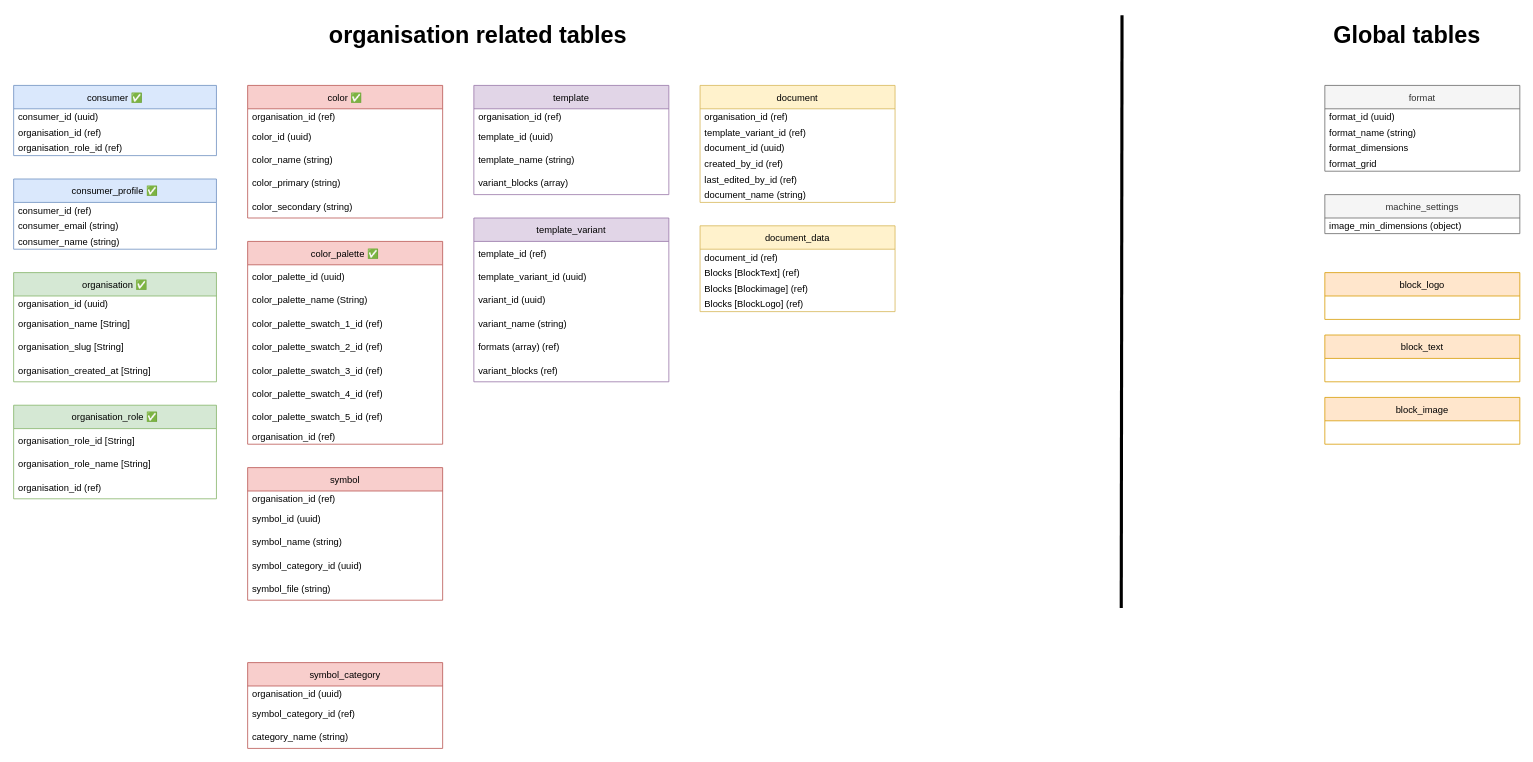
This is page "Page-2" (2 of 2) of root/DesignmaskinCurrent2.drawio from dreamyguy/drawio, a draw.io file, before an edit. Source tidied: cells renumbered, new cells numbered last; positions are measured from the earlier drawing's top-left corner, leaving out a move shared by most shapes. Both pictures are drawn from the tidied source at 78%, with x=0, y=0 at pixel (13, 15).
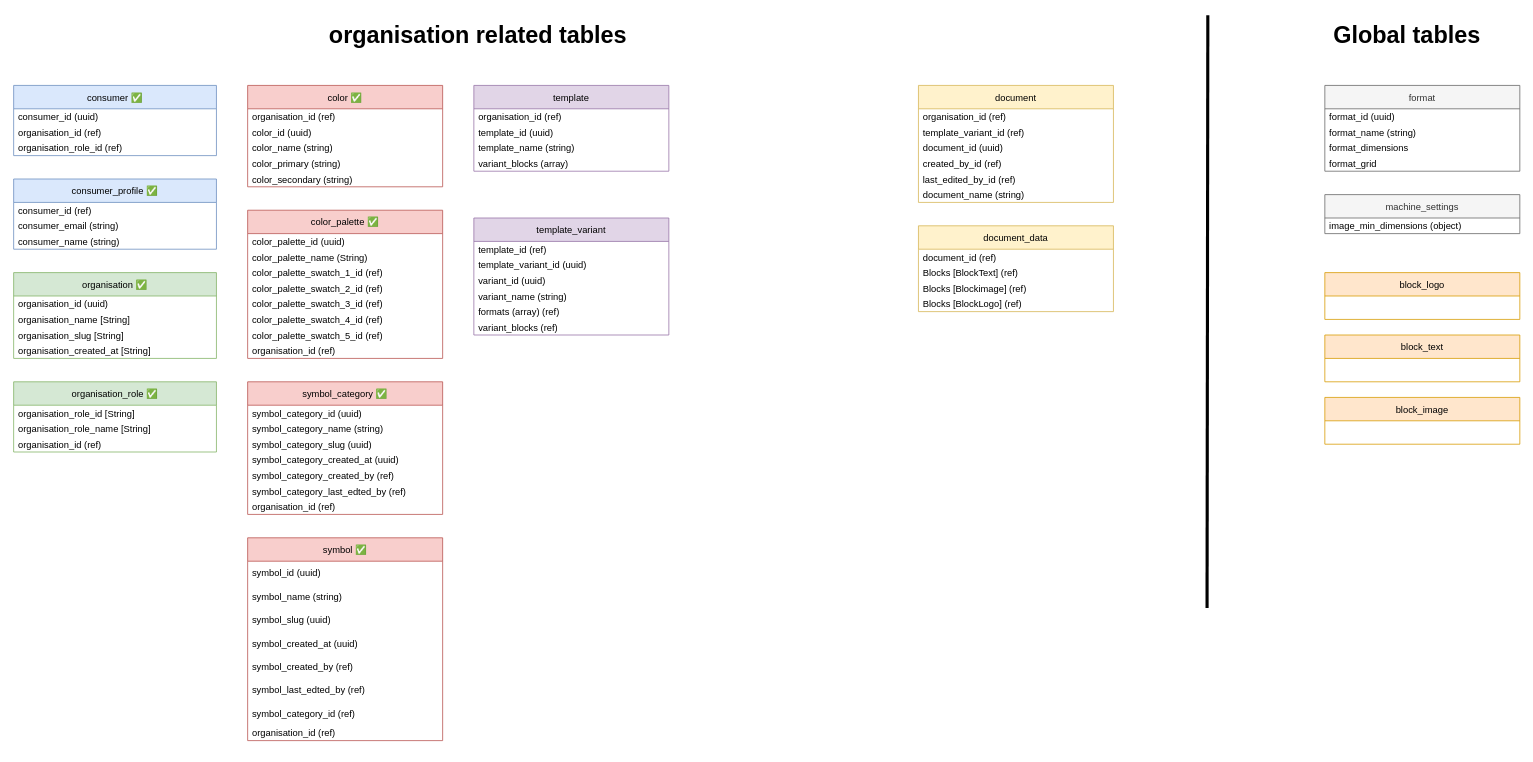
The same page after the edit.

The edit, as a diff of the source:
```diff
@@
     <mxCell id="6" value="document_data" style="swimlane;fontStyle=0;horizontal=1;startSize=30;fillColor=#fff2cc;strokeColor=#d6b656;" parent="1" vertex="1">
-      <mxGeometry x="880" y="270" width="250" height="110" as="geometry" />
+      <mxGeometry x="1160" y="270" width="250" height="110" as="geometry" />
     </mxCell>
@@
     <mxCell id="11" value="document" style="swimlane;fontStyle=0;horizontal=1;startSize=30;fillColor=#fff2cc;strokeColor=#d6b656;" parent="1" vertex="1">
-      <mxGeometry x="880" y="90" width="250" height="150" as="geometry" />
+      <mxGeometry x="1160" y="90" width="250" height="150" as="geometry" />
     </mxCell>
@@
     <mxCell id="18" value="organisation ✅" style="swimlane;fontStyle=0;horizontal=1;startSize=30;fillColor=#d5e8d4;strokeColor=#82b366;" parent="1" vertex="1">
-      <mxGeometry y="330" width="260" height="140" as="geometry" />
+      <mxGeometry y="330" width="260" height="110" as="geometry" />
     </mxCell>
@@
     <mxCell id="20" value="organisation_name [String]" style="text;strokeColor=none;fillColor=none;align=left;verticalAlign=middle;spacingLeft=4;spacingRight=4;overflow=hidden;spacing=2;" parent="18" vertex="1">
-      <mxGeometry y="50" width="260" height="30" as="geometry" />
+      <mxGeometry y="50" width="260" height="20" as="geometry" />
     </mxCell>
     <mxCell id="21" value="organisation_slug [String]" style="text;strokeColor=none;fillColor=none;align=left;verticalAlign=middle;spacingLeft=4;spacingRight=4;overflow=hidden;spacing=2;" parent="18" vertex="1">
-      <mxGeometry y="80" width="260" height="30" as="geometry" />
+      <mxGeometry y="70" width="260" height="20" as="geometry" />
     </mxCell>
     <mxCell id="22" value="organisation_created_at [String]" style="text;strokeColor=none;fillColor=none;align=left;verticalAlign=middle;spacingLeft=4;spacingRight=4;overflow=hidden;spacing=2;" parent="18" vertex="1">
-      <mxGeometry y="110" width="260" height="30" as="geometry" />
+      <mxGeometry y="90" width="260" height="20" as="geometry" />
     </mxCell>
     <mxCell id="23" value="color ✅" style="swimlane;fontStyle=0;horizontal=1;startSize=30;fillColor=#f8cecc;strokeColor=#b85450;" parent="1" vertex="1">
-      <mxGeometry x="300" y="90" width="250" height="170" as="geometry" />
+      <mxGeometry x="300" y="90" width="250" height="130" as="geometry" />
     </mxCell>
@@
     <mxCell id="25" value="color_id (uuid)" style="text;strokeColor=none;fillColor=none;align=left;verticalAlign=middle;spacingLeft=4;spacingRight=4;overflow=hidden;spacing=2;" parent="23" vertex="1">
-      <mxGeometry y="50" width="250" height="30" as="geometry" />
+      <mxGeometry y="50" width="250" height="20" as="geometry" />
     </mxCell>
     <mxCell id="26" value="color_name (string)" style="text;strokeColor=none;fillColor=none;align=left;verticalAlign=middle;spacingLeft=4;spacingRight=4;overflow=hidden;spacing=2;" parent="23" vertex="1">
-      <mxGeometry y="80" width="250" height="30" as="geometry" />
+      <mxGeometry y="70" width="250" height="20" as="geometry" />
     </mxCell>
     <mxCell id="27" value="color_primary (string)" style="text;strokeColor=none;fillColor=none;align=left;verticalAlign=middle;spacingLeft=4;spacingRight=4;overflow=hidden;spacing=2;" parent="23" vertex="1">
-      <mxGeometry y="110" width="250" height="30" as="geometry" />
+      <mxGeometry y="90" width="250" height="20" as="geometry" />
     </mxCell>
     <mxCell id="28" value="color_secondary (string)" style="text;strokeColor=none;fillColor=none;align=left;verticalAlign=middle;spacingLeft=4;spacingRight=4;overflow=hidden;spacing=2;" parent="23" vertex="1">
-      <mxGeometry y="140" width="250" height="30" as="geometry" />
+      <mxGeometry y="110" width="250" height="20" as="geometry" />
     </mxCell>
-    <mxCell id="29" value="symbol" style="swimlane;fontStyle=0;horizontal=1;startSize=30;fillColor=#f8cecc;strokeColor=#b85450;" parent="1" vertex="1">
-      <mxGeometry x="300" y="580" width="250" height="170" as="geometry" />
+    <mxCell id="29" value="symbol_category ✅" style="swimlane;fontStyle=0;horizontal=1;startSize=30;fillColor=#f8cecc;strokeColor=#b85450;" parent="1" vertex="1">
+      <mxGeometry x="300" y="470" width="250" height="170" as="geometry" />
     </mxCell>
-    <mxCell id="30" value="organisation_id (ref)" style="text;strokeColor=none;fillColor=none;align=left;verticalAlign=middle;spacingLeft=4;spacingRight=4;overflow=hidden;spacing=2;" parent="29" vertex="1">
-      <mxGeometry y="30" width="250" height="20" as="geometry" />
-    </mxCell>
-    <mxCell id="31" value="symbol_id (uuid)" style="text;strokeColor=none;fillColor=none;align=left;verticalAlign=middle;spacingLeft=4;spacingRight=4;overflow=hidden;spacing=2;" parent="29" vertex="1">
-      <mxGeometry y="50" width="250" height="30" as="geometry" />
+    <mxCell id="31" value="symbol_category_id (uuid)" style="text;strokeColor=none;fillColor=none;align=left;verticalAlign=middle;spacingLeft=4;spacingRight=4;overflow=hidden;spacing=2;" parent="29" vertex="1">
+      <mxGeometry y="30" width="250" height="20" as="geometry" />
     </mxCell>
-    <mxCell id="32" value="symbol_name (string)" style="text;strokeColor=none;fillColor=none;align=left;verticalAlign=middle;spacingLeft=4;spacingRight=4;overflow=hidden;spacing=2;" parent="29" vertex="1">
-      <mxGeometry y="80" width="250" height="30" as="geometry" />
+    <mxCell id="32" value="symbol_category_name (string)" style="text;strokeColor=none;fillColor=none;align=left;verticalAlign=middle;spacingLeft=4;spacingRight=4;overflow=hidden;spacing=2;" parent="29" vertex="1">
+      <mxGeometry y="50" width="250" height="20" as="geometry" />
     </mxCell>
-    <mxCell id="33" value="symbol_category_id (uuid)" style="text;strokeColor=none;fillColor=none;align=left;verticalAlign=middle;spacingLeft=4;spacingRight=4;overflow=hidden;spacing=2;" parent="29" vertex="1">
-      <mxGeometry y="110" width="250" height="30" as="geometry" />
+    <mxCell id="33" value="symbol_category_slug (uuid)" style="text;strokeColor=none;fillColor=none;align=left;verticalAlign=middle;spacingLeft=4;spacingRight=4;overflow=hidden;spacing=2;" parent="29" vertex="1">
+      <mxGeometry y="70" width="250" height="20" as="geometry" />
     </mxCell>
-    <mxCell id="34" value="symbol_file (string)" style="text;strokeColor=none;fillColor=none;align=left;verticalAlign=middle;spacingLeft=4;spacingRight=4;overflow=hidden;spacing=2;" parent="29" vertex="1">
-      <mxGeometry y="140" width="250" height="30" as="geometry" />
-    </mxCell>
-    <mxCell id="35" value="symbol_category" style="swimlane;fontStyle=0;horizontal=1;startSize=30;fillColor=#f8cecc;strokeColor=#b85450;" parent="1" vertex="1">
-      <mxGeometry x="300" y="830" width="250" height="110" as="geometry" />
-    </mxCell>
-    <mxCell id="36" value="organisation_id (uuid)" style="text;strokeColor=none;fillColor=none;align=left;verticalAlign=middle;spacingLeft=4;spacingRight=4;overflow=hidden;spacing=2;" parent="35" vertex="1">
-      <mxGeometry y="30" width="250" height="20" as="geometry" />
-    </mxCell>
-    <mxCell id="37" value="symbol_category_id (ref)" style="text;strokeColor=none;fillColor=none;align=left;verticalAlign=middle;spacingLeft=4;spacingRight=4;overflow=hidden;spacing=2;" parent="35" vertex="1">
-      <mxGeometry y="50" width="250" height="30" as="geometry" />
-    </mxCell>
-    <mxCell id="38" value="category_name (string)" style="text;strokeColor=none;fillColor=none;align=left;verticalAlign=middle;spacingLeft=4;spacingRight=4;overflow=hidden;spacing=2;" parent="35" vertex="1">
-      <mxGeometry y="80" width="250" height="30" as="geometry" />
-    </mxCell>
+    <mxCell id="81" value="symbol_category_created_at (uuid)" style="text;strokeColor=none;fillColor=none;align=left;verticalAlign=middle;spacingLeft=4;spacingRight=4;overflow=hidden;spacing=2;" parent="29" vertex="1">
+      <mxGeometry y="90" width="250" height="20" as="geometry" />
+    </mxCell>
+    <mxCell id="82" value="symbol_category_created_by (ref)" style="text;strokeColor=none;fillColor=none;align=left;verticalAlign=middle;spacingLeft=4;spacingRight=4;overflow=hidden;spacing=2;" parent="29" vertex="1">
+      <mxGeometry y="110" width="250" height="20" as="geometry" />
+    </mxCell>
+    <mxCell id="83" value="symbol_category_last_edted_by (ref)" style="text;strokeColor=none;fillColor=none;align=left;verticalAlign=middle;spacingLeft=4;spacingRight=4;overflow=hidden;spacing=2;" parent="29" vertex="1">
+      <mxGeometry y="130" width="250" height="20" as="geometry" />
+    </mxCell>
+    <mxCell id="30" value="organisation_id (ref)" style="text;strokeColor=none;fillColor=none;align=left;verticalAlign=middle;spacingLeft=4;spacingRight=4;overflow=hidden;spacing=2;" parent="29" vertex="1">
+      <mxGeometry y="150" width="250" height="20" as="geometry" />
+    </mxCell>
     <mxCell id="39" value="template" style="swimlane;fontStyle=0;horizontal=1;startSize=30;fillColor=#e1d5e7;strokeColor=#9673a6;" parent="1" vertex="1">
-      <mxGeometry x="590" y="90" width="250" height="140" as="geometry" />
+      <mxGeometry x="590" y="90" width="250" height="110" as="geometry" />
     </mxCell>
@@
     <mxCell id="41" value="template_id (uuid)" style="text;strokeColor=none;fillColor=none;align=left;verticalAlign=middle;spacingLeft=4;spacingRight=4;overflow=hidden;spacing=2;" parent="39" vertex="1">
-      <mxGeometry y="50" width="250" height="30" as="geometry" />
+      <mxGeometry y="50" width="250" height="20" as="geometry" />
     </mxCell>
     <mxCell id="42" value="template_name (string)" style="text;strokeColor=none;fillColor=none;align=left;verticalAlign=middle;spacingLeft=4;spacingRight=4;overflow=hidden;spacing=2;" parent="39" vertex="1">
-      <mxGeometry y="80" width="250" height="30" as="geometry" />
+      <mxGeometry y="70" width="250" height="20" as="geometry" />
     </mxCell>
     <mxCell id="43" value="variant_blocks (array)" style="text;strokeColor=none;fillColor=none;align=left;verticalAlign=middle;spacingLeft=4;spacingRight=4;overflow=hidden;spacing=2;" parent="39" vertex="1">
-      <mxGeometry y="110" width="250" height="30" as="geometry" />
+      <mxGeometry y="90" width="250" height="20" as="geometry" />
     </mxCell>
     <mxCell id="44" value="template_variant" style="swimlane;fontStyle=0;horizontal=1;startSize=30;fillColor=#e1d5e7;strokeColor=#9673a6;" parent="1" vertex="1">
-      <mxGeometry x="590" y="260" width="250" height="210" as="geometry" />
+      <mxGeometry x="590" y="260" width="250" height="150" as="geometry" />
     </mxCell>
     <mxCell id="45" value="template_id (ref)" style="text;strokeColor=none;fillColor=none;align=left;verticalAlign=middle;spacingLeft=4;spacingRight=4;overflow=hidden;spacing=2;" parent="44" vertex="1">
-      <mxGeometry y="30" width="250" height="30" as="geometry" />
+      <mxGeometry y="30" width="250" height="20" as="geometry" />
     </mxCell>
     <mxCell id="46" value="template_variant_id (uuid)" style="text;strokeColor=none;fillColor=none;align=left;verticalAlign=middle;spacingLeft=4;spacingRight=4;overflow=hidden;spacing=2;" parent="44" vertex="1">
-      <mxGeometry y="60" width="250" height="30" as="geometry" />
+      <mxGeometry y="50" width="250" height="20" as="geometry" />
     </mxCell>
     <mxCell id="47" value="variant_id (uuid)" style="text;strokeColor=none;fillColor=none;align=left;verticalAlign=middle;spacingLeft=4;spacingRight=4;overflow=hidden;spacing=2;" parent="44" vertex="1">
-      <mxGeometry y="90" width="250" height="30" as="geometry" />
+      <mxGeometry y="70" width="250" height="20" as="geometry" />
     </mxCell>
     <mxCell id="48" value="variant_name (string)" style="text;strokeColor=none;fillColor=none;align=left;verticalAlign=middle;spacingLeft=4;spacingRight=4;overflow=hidden;spacing=2;" parent="44" vertex="1">
-      <mxGeometry y="120" width="250" height="30" as="geometry" />
+      <mxGeometry y="90" width="250" height="20" as="geometry" />
     </mxCell>
     <mxCell id="49" value="formats (array) (ref)" style="text;strokeColor=none;fillColor=none;align=left;verticalAlign=middle;spacingLeft=4;spacingRight=4;overflow=hidden;spacing=2;" parent="44" vertex="1">
-      <mxGeometry y="150" width="250" height="30" as="geometry" />
+      <mxGeometry y="110" width="250" height="20" as="geometry" />
     </mxCell>
     <mxCell id="50" value="variant_blocks (ref)" style="text;strokeColor=none;fillColor=none;align=left;verticalAlign=middle;spacingLeft=4;spacingRight=4;overflow=hidden;spacing=2;" parent="44" vertex="1">
-      <mxGeometry y="180" width="250" height="30" as="geometry" />
+      <mxGeometry y="130" width="250" height="20" as="geometry" />
     </mxCell>
@@
     <mxCell id="60" style="endArrow=none;html=1;rounded=0;fontSize=30;fontColor=default;strokeWidth=4;" parent="1" edge="1">
       <mxGeometry relative="1" as="geometry">
-        <mxPoint x="1420" y="760" as="sourcePoint" />
-        <mxPoint x="1421" as="targetPoint" />
+        <mxPoint x="1530" y="760" as="sourcePoint" />
+        <mxPoint x="1531" as="targetPoint" />
       </mxGeometry>
     </mxCell>
     <mxCell id="61" value="color_palette ✅" style="swimlane;fontStyle=0;horizontal=1;startSize=30;fillColor=#f8cecc;strokeColor=#b85450;" parent="1" vertex="1">
-      <mxGeometry x="300" y="290" width="250" height="260" as="geometry" />
+      <mxGeometry x="300" y="250" width="250" height="190" as="geometry" />
     </mxCell>
     <mxCell id="62" value="color_palette_id (uuid)" style="text;strokeColor=none;fillColor=none;align=left;verticalAlign=middle;spacingLeft=4;spacingRight=4;overflow=hidden;spacing=2;" parent="61" vertex="1">
-      <mxGeometry y="30" width="250" height="30" as="geometry" />
+      <mxGeometry y="30" width="250" height="20" as="geometry" />
     </mxCell>
     <mxCell id="63" value="color_palette_name (String)" style="text;strokeColor=none;fillColor=none;align=left;verticalAlign=middle;spacingLeft=4;spacingRight=4;overflow=hidden;spacing=2;" parent="61" vertex="1">
-      <mxGeometry y="60" width="250" height="30" as="geometry" />
+      <mxGeometry y="50" width="250" height="20" as="geometry" />
     </mxCell>
     <mxCell id="64" value="color_palette_swatch_1_id (ref)" style="text;strokeColor=none;fillColor=none;align=left;verticalAlign=middle;spacingLeft=4;spacingRight=4;overflow=hidden;spacing=2;" parent="61" vertex="1">
-      <mxGeometry y="90" width="250" height="30" as="geometry" />
+      <mxGeometry y="70" width="250" height="20" as="geometry" />
     </mxCell>
     <mxCell id="65" value="color_palette_swatch_2_id (ref)" style="text;strokeColor=none;fillColor=none;align=left;verticalAlign=middle;spacingLeft=4;spacingRight=4;overflow=hidden;spacing=2;" parent="61" vertex="1">
-      <mxGeometry y="120" width="250" height="30" as="geometry" />
+      <mxGeometry y="90" width="250" height="20" as="geometry" />
     </mxCell>
     <mxCell id="66" value="color_palette_swatch_3_id (ref)" style="text;strokeColor=none;fillColor=none;align=left;verticalAlign=middle;spacingLeft=4;spacingRight=4;overflow=hidden;spacing=2;" parent="61" vertex="1">
-      <mxGeometry y="150" width="250" height="30" as="geometry" />
+      <mxGeometry y="110" width="250" height="20" as="geometry" />
     </mxCell>
     <mxCell id="67" value="color_palette_swatch_4_id (ref)" style="text;strokeColor=none;fillColor=none;align=left;verticalAlign=middle;spacingLeft=4;spacingRight=4;overflow=hidden;spacing=2;" parent="61" vertex="1">
-      <mxGeometry y="180" width="250" height="30" as="geometry" />
+      <mxGeometry y="130" width="250" height="20" as="geometry" />
     </mxCell>
     <mxCell id="68" value="color_palette_swatch_5_id (ref)" style="text;strokeColor=none;fillColor=none;align=left;verticalAlign=middle;spacingLeft=4;spacingRight=4;overflow=hidden;spacing=2;" parent="61" vertex="1">
-      <mxGeometry y="210" width="250" height="30" as="geometry" />
+      <mxGeometry y="150" width="250" height="20" as="geometry" />
     </mxCell>
     <mxCell id="69" value="organisation_id (ref)" style="text;strokeColor=none;fillColor=none;align=left;verticalAlign=middle;spacingLeft=4;spacingRight=4;overflow=hidden;spacing=2;" parent="61" vertex="1">
-      <mxGeometry y="240" width="250" height="20" as="geometry" />
+      <mxGeometry y="170" width="250" height="20" as="geometry" />
     </mxCell>
@@
     <mxCell id="73" value="organisation_role ✅" style="swimlane;fontStyle=0;horizontal=1;startSize=30;fillColor=#d5e8d4;strokeColor=#82b366;" parent="1" vertex="1">
-      <mxGeometry y="500" width="260" height="120" as="geometry" />
+      <mxGeometry y="470" width="260" height="90" as="geometry" />
     </mxCell>
     <mxCell id="74" value="organisation_role_id [String]" style="text;strokeColor=none;fillColor=none;align=left;verticalAlign=middle;spacingLeft=4;spacingRight=4;overflow=hidden;spacing=2;" parent="73" vertex="1">
-      <mxGeometry y="30" width="260" height="30" as="geometry" />
+      <mxGeometry y="30" width="260" height="20" as="geometry" />
     </mxCell>
     <mxCell id="75" value="organisation_role_name [String]" style="text;strokeColor=none;fillColor=none;align=left;verticalAlign=middle;spacingLeft=4;spacingRight=4;overflow=hidden;spacing=2;" parent="73" vertex="1">
-      <mxGeometry y="60" width="260" height="30" as="geometry" />
+      <mxGeometry y="50" width="260" height="20" as="geometry" />
     </mxCell>
     <mxCell id="76" value="organisation_id (ref)" style="text;strokeColor=none;fillColor=none;align=left;verticalAlign=middle;spacingLeft=4;spacingRight=4;overflow=hidden;spacing=2;" parent="73" vertex="1">
-      <mxGeometry y="90" width="260" height="30" as="geometry" />
+      <mxGeometry y="70" width="260" height="20" as="geometry" />
     </mxCell>
@@
+    <mxCell id="84" value="symbol ✅" style="swimlane;fontStyle=0;horizontal=1;startSize=30;fillColor=#f8cecc;strokeColor=#b85450;" parent="1" vertex="1">
+      <mxGeometry x="300" y="670" width="250" height="260" as="geometry" />
+    </mxCell>
+    <mxCell id="85" value="symbol_id (uuid)" style="text;strokeColor=none;fillColor=none;align=left;verticalAlign=middle;spacingLeft=4;spacingRight=4;overflow=hidden;spacing=2;" parent="84" vertex="1">
+      <mxGeometry y="30" width="250" height="30" as="geometry" />
+    </mxCell>
+    <mxCell id="86" value="symbol_name (string)" style="text;strokeColor=none;fillColor=none;align=left;verticalAlign=middle;spacingLeft=4;spacingRight=4;overflow=hidden;spacing=2;" parent="84" vertex="1">
+      <mxGeometry y="60" width="250" height="30" as="geometry" />
+    </mxCell>
+    <mxCell id="87" value="symbol_slug (uuid)" style="text;strokeColor=none;fillColor=none;align=left;verticalAlign=middle;spacingLeft=4;spacingRight=4;overflow=hidden;spacing=2;" parent="84" vertex="1">
+      <mxGeometry y="90" width="250" height="30" as="geometry" />
+    </mxCell>
+    <mxCell id="88" value="symbol_created_at (uuid)" style="text;strokeColor=none;fillColor=none;align=left;verticalAlign=middle;spacingLeft=4;spacingRight=4;overflow=hidden;spacing=2;" parent="84" vertex="1">
+      <mxGeometry y="120" width="250" height="30" as="geometry" />
+    </mxCell>
+    <mxCell id="89" value="symbol_created_by (ref)" style="text;strokeColor=none;fillColor=none;align=left;verticalAlign=middle;spacingLeft=4;spacingRight=4;overflow=hidden;spacing=2;" parent="84" vertex="1">
+      <mxGeometry y="150" width="250" height="30" as="geometry" />
+    </mxCell>
+    <mxCell id="90" value="symbol_last_edted_by (ref)" style="text;strokeColor=none;fillColor=none;align=left;verticalAlign=middle;spacingLeft=4;spacingRight=4;overflow=hidden;spacing=2;" parent="84" vertex="1">
+      <mxGeometry y="180" width="250" height="30" as="geometry" />
+    </mxCell>
+    <mxCell id="37" value="symbol_category_id (ref)" style="text;strokeColor=none;fillColor=none;align=left;verticalAlign=middle;spacingLeft=4;spacingRight=4;overflow=hidden;spacing=2;" parent="84" vertex="1">
+      <mxGeometry y="210" width="250" height="30" as="geometry" />
+    </mxCell>
+    <mxCell id="91" value="organisation_id (ref)" style="text;strokeColor=none;fillColor=none;align=left;verticalAlign=middle;spacingLeft=4;spacingRight=4;overflow=hidden;spacing=2;" parent="84" vertex="1">
+      <mxGeometry y="240" width="250" height="20" as="geometry" />
+    </mxCell>
```
